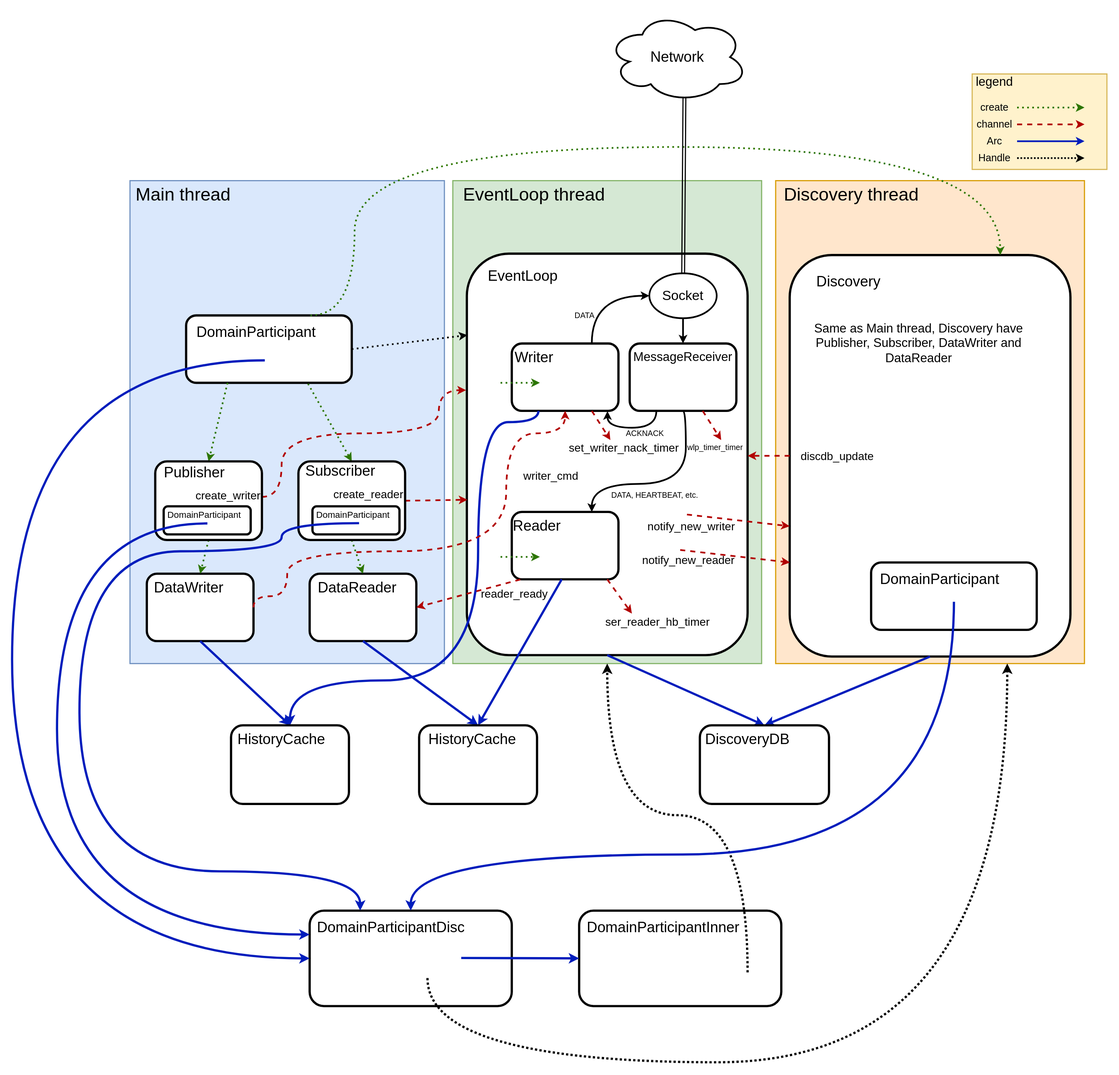
Before: docs/umber_dds_modules.svg, a diagram exported from draw.io (tier4/umber_dds). Source tidied: cells renumbered, new cells last; positions are measured from the earlier drawing's top-left corner, leaving out a move shared by most shapes.
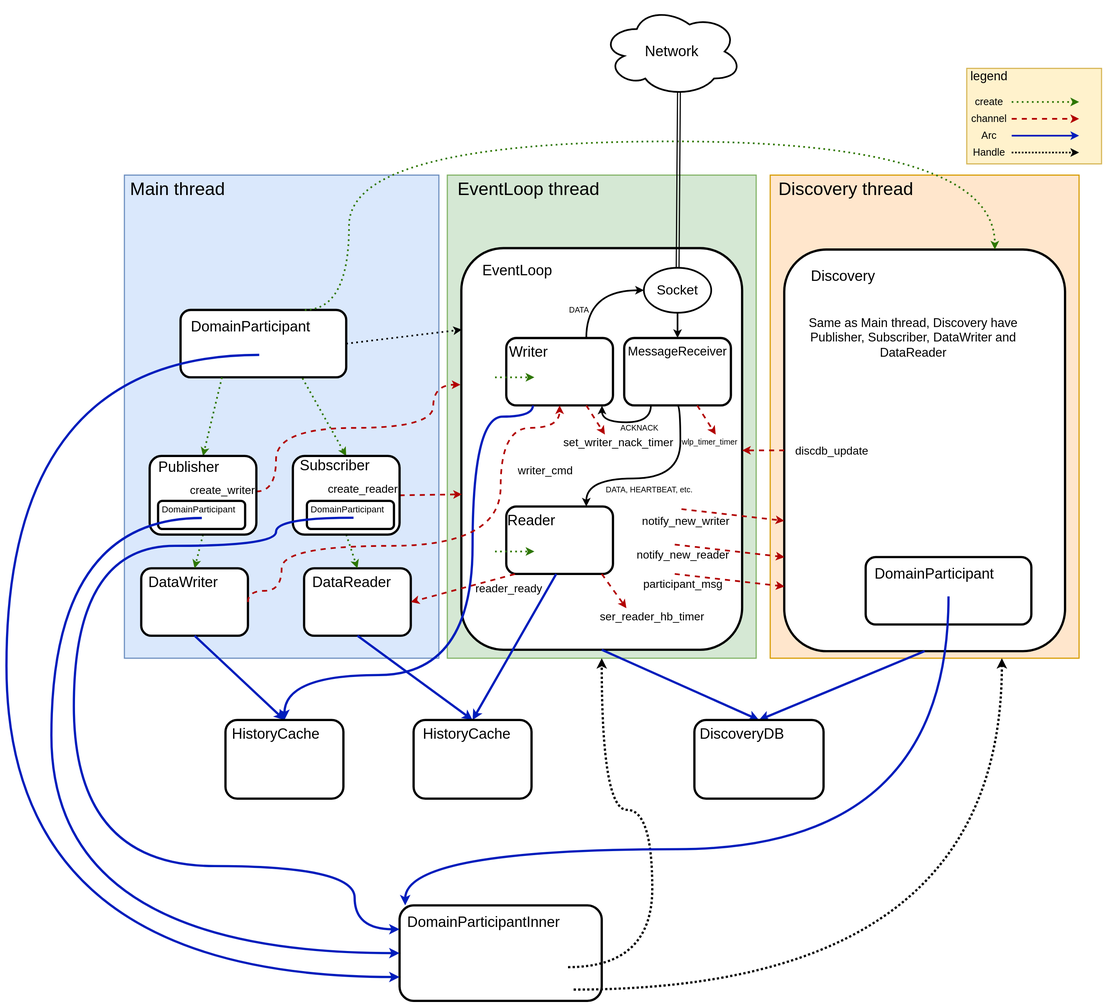
After the change.

Commit message:
update docs/umber_dds_modules

Diff of the diagram source:
```diff
@@ -306,7 +306,7 @@
       </mxGeometry>
     </mxCell>
     <mxCell id="84" style="group;" parent="1" vertex="1">
-      <mxGeometry x="1010" y="1600" width="370" height="170" as="geometry" />
+      <mxGeometry x="700" y="1600" width="370" height="170" as="geometry" />
     </mxCell>
     <mxCell id="85" style="rounded=1;whiteSpace=wrap;html=1;strokeWidth=4;" parent="84" vertex="1">
       <mxGeometry width="360" height="170" as="geometry" />
@@ -318,30 +318,17 @@
       <mxGeometry relative="1" as="geometry">
         <mxPoint x="300" y="110" as="sourcePoint" />
         <Array as="points">
-          <mxPoint x="300" y="-170" />
-          <mxPoint x="50" y="-170" />
+          <mxPoint x="450" y="110" />
+          <mxPoint x="450" y="-170" />
+          <mxPoint x="360" y="-170" />
         </Array>
       </mxGeometry>
     </mxCell>
-    <mxCell id="88" style="group;" parent="1" vertex="1">
-      <mxGeometry x="530" y="1600" width="360" height="170" as="geometry" />
-    </mxCell>
-    <mxCell id="89" style="rounded=1;whiteSpace=wrap;html=1;strokeWidth=4;" parent="88" vertex="1">
-      <mxGeometry width="360" height="170" as="geometry" />
-    </mxCell>
-    <mxCell id="90" value="&lt;font style=&quot;font-size: 26px;&quot;&gt;DomainParticipantDisc&lt;/font&gt;" style="text;html=1;align=center;verticalAlign=middle;whiteSpace=wrap;rounded=0;" parent="88" vertex="1">
-      <mxGeometry x="10" y="10" width="270" height="40" as="geometry" />
-    </mxCell>
-    <mxCell id="91" style="endArrow=classic;html=1;rounded=0;strokeWidth=4;entryX=0;entryY=0.5;entryDx=0;entryDy=0;fillColor=#0050ef;strokeColor=#001DBC;" parent="88" edge="1" target="85">
-      <mxGeometry relative="1" as="geometry">
-        <mxPoint x="270" y="84.3" as="sourcePoint" />
-      </mxGeometry>
-    </mxCell>
-    <mxCell id="92" style="endArrow=classic;html=1;rounded=0;strokeWidth=4;exitX=0.475;exitY=0.667;exitDx=0;exitDy=0;exitPerimeter=0;entryX=0;entryY=0.5;entryDx=0;entryDy=0;edgeStyle=orthogonalEdgeStyle;curved=1;fillColor=#0050ef;strokeColor=#001DBC;" parent="1" edge="1" source="8" target="89">
+    <mxCell id="92" style="endArrow=classic;html=1;rounded=0;strokeWidth=4;exitX=0.475;exitY=0.667;exitDx=0;exitDy=0;exitPerimeter=0;entryX=0;entryY=0.75;entryDx=0;entryDy=0;edgeStyle=orthogonalEdgeStyle;curved=1;fillColor=#0050ef;strokeColor=#001DBC;" parent="1" edge="1" source="8" target="85">
       <mxGeometry relative="1" as="geometry">
         <Array as="points">
           <mxPoint y="620" />
-          <mxPoint y="1685" />
+          <mxPoint y="1728" />
         </Array>
       </mxGeometry>
     </mxCell>
@@ -351,19 +338,19 @@
     <mxCell id="94" value="&lt;font style=&quot;font-size: 26px;&quot;&gt;DomainParticipant&lt;/font&gt;" style="text;html=1;align=center;verticalAlign=middle;whiteSpace=wrap;rounded=0;" parent="1" vertex="1">
       <mxGeometry x="1540" y="990" width="225" height="40" as="geometry" />
     </mxCell>
-    <mxCell id="95" style="endArrow=classic;html=1;rounded=0;strokeWidth=4;exitX=0.5;exitY=0.583;exitDx=0;exitDy=0;exitPerimeter=0;entryX=0.5;entryY=0;entryDx=0;entryDy=0;edgeStyle=orthogonalEdgeStyle;curved=1;fillColor=#0050ef;strokeColor=#001DBC;" parent="1" edge="1" source="93" target="89">
+    <mxCell id="95" style="endArrow=classic;html=1;rounded=0;strokeWidth=4;exitX=0.5;exitY=0.583;exitDx=0;exitDy=0;exitPerimeter=0;entryX=0.5;entryY=0;entryDx=0;entryDy=0;edgeStyle=orthogonalEdgeStyle;curved=1;fillColor=#0050ef;strokeColor=#001DBC;" parent="1" edge="1" source="93">
       <mxGeometry relative="1" as="geometry">
+        <mxPoint x="710" y="1600" as="targetPoint" />
         <Array as="points">
           <mxPoint x="1678" y="1500" />
           <mxPoint x="710" y="1500" />
         </Array>
       </mxGeometry>
     </mxCell>
-    <mxCell id="96" style="endArrow=classic;html=1;rounded=0;strokeWidth=4;dashed=1;dashPattern=1 1;entryX=0.75;entryY=1;entryDx=0;entryDy=0;edgeStyle=orthogonalEdgeStyle;curved=1;exitX=0.583;exitY=0.706;exitDx=0;exitDy=0;exitPerimeter=0;" parent="1" edge="1" source="89" target="2">
+    <mxCell id="96" style="endArrow=classic;html=1;rounded=0;strokeWidth=4;dashed=1;dashPattern=1 1;entryX=0.75;entryY=1;entryDx=0;entryDy=0;edgeStyle=orthogonalEdgeStyle;curved=1;exitX=0.861;exitY=0.882;exitDx=0;exitDy=0;exitPerimeter=0;" parent="1" edge="1" source="85" target="2">
       <mxGeometry relative="1" as="geometry">
         <Array as="points">
-          <mxPoint x="740" y="1870" />
-          <mxPoint x="1772" y="1870" />
+          <mxPoint x="1773" y="1750" />
         </Array>
       </mxGeometry>
     </mxCell>
@@ -376,15 +363,15 @@
     <mxCell id="99" value="&lt;font style=&quot;font-size: 16px;&quot;&gt;DomainParticipant&lt;/font&gt;" style="text;html=1;align=center;verticalAlign=middle;whiteSpace=wrap;rounded=0;" parent="97" vertex="1">
       <mxGeometry width="145" height="30" as="geometry" />
     </mxCell>
-    <mxCell id="100" style="endArrow=classic;html=1;rounded=0;strokeWidth=4;entryX=0;entryY=0.25;entryDx=0;entryDy=0;edgeStyle=orthogonalEdgeStyle;curved=1;fillColor=#0050ef;strokeColor=#001DBC;exitX=0.537;exitY=1.014;exitDx=0;exitDy=0;exitPerimeter=0;" parent="1" edge="1" source="99" target="89">
+    <mxCell id="100" style="endArrow=classic;html=1;rounded=0;strokeWidth=4;entryX=0;entryY=0.5;entryDx=0;entryDy=0;edgeStyle=orthogonalEdgeStyle;curved=1;fillColor=#0050ef;strokeColor=#001DBC;exitX=0.537;exitY=1.014;exitDx=0;exitDy=0;exitPerimeter=0;" parent="1" edge="1" source="99" target="85">
       <mxGeometry relative="1" as="geometry">
         <Array as="points">
           <mxPoint x="80" y="910" />
-          <mxPoint x="80" y="1643" />
+          <mxPoint x="80" y="1685" />
         </Array>
       </mxGeometry>
     </mxCell>
-    <mxCell id="101" style="endArrow=classic;html=1;rounded=0;strokeWidth=4;entryX=0.25;entryY=0;entryDx=0;entryDy=0;edgeStyle=orthogonalEdgeStyle;curved=1;fillColor=#0050ef;strokeColor=#001DBC;exitX=0.537;exitY=1.014;exitDx=0;exitDy=0;exitPerimeter=0;" parent="1" edge="1" target="89">
+    <mxCell id="101" style="endArrow=classic;html=1;rounded=0;strokeWidth=4;entryX=0;entryY=0.25;entryDx=0;entryDy=0;edgeStyle=orthogonalEdgeStyle;curved=1;fillColor=#0050ef;strokeColor=#001DBC;exitX=0.537;exitY=1.014;exitDx=0;exitDy=0;exitPerimeter=0;" parent="1" edge="1" target="85">
       <mxGeometry relative="1" as="geometry">
         <mxPoint x="618" y="910" as="sourcePoint" />
         <Array as="points">
@@ -393,6 +380,7 @@
           <mxPoint x="120" y="960" />
           <mxPoint x="120" y="1530" />
           <mxPoint x="620" y="1530" />
+          <mxPoint x="620" y="1643" />
         </Array>
       </mxGeometry>
     </mxCell>
@@ -458,5 +446,14 @@
     <mxCell id="117" value="&lt;font style=&quot;font-size: 14px;&quot;&gt;wlp_timer_timer&lt;/font&gt;" style="text;html=1;align=center;verticalAlign=middle;whiteSpace=wrap;rounded=0;" parent="1" vertex="1">
       <mxGeometry x="1180" y="760" width="145" height="30" as="geometry" />
     </mxCell>
+    <mxCell id="118" value="&lt;span style=&quot;font-size: 20px;&quot;&gt;participant_msg&lt;/span&gt;" style="text;html=1;align=center;verticalAlign=middle;whiteSpace=wrap;rounded=0;" parent="1" vertex="1">
+      <mxGeometry x="1120" y="1012.3" width="170" height="30" as="geometry" />
+    </mxCell>
+    <mxCell id="119" style="endArrow=classic;html=1;rounded=0;entryX=0.001;entryY=0.741;entryDx=0;entryDy=0;strokeWidth=3;dashed=1;entryPerimeter=0;fillColor=#e51400;strokeColor=#B20000;" parent="1" edge="1">
+      <mxGeometry relative="1" as="geometry">
+        <mxPoint x="1190" y="1010" as="sourcePoint" />
+        <mxPoint x="1385.5" y="1032.3" as="targetPoint" />
+      </mxGeometry>
+    </mxCell>
   </root>
 </mxGraphModel>
```
